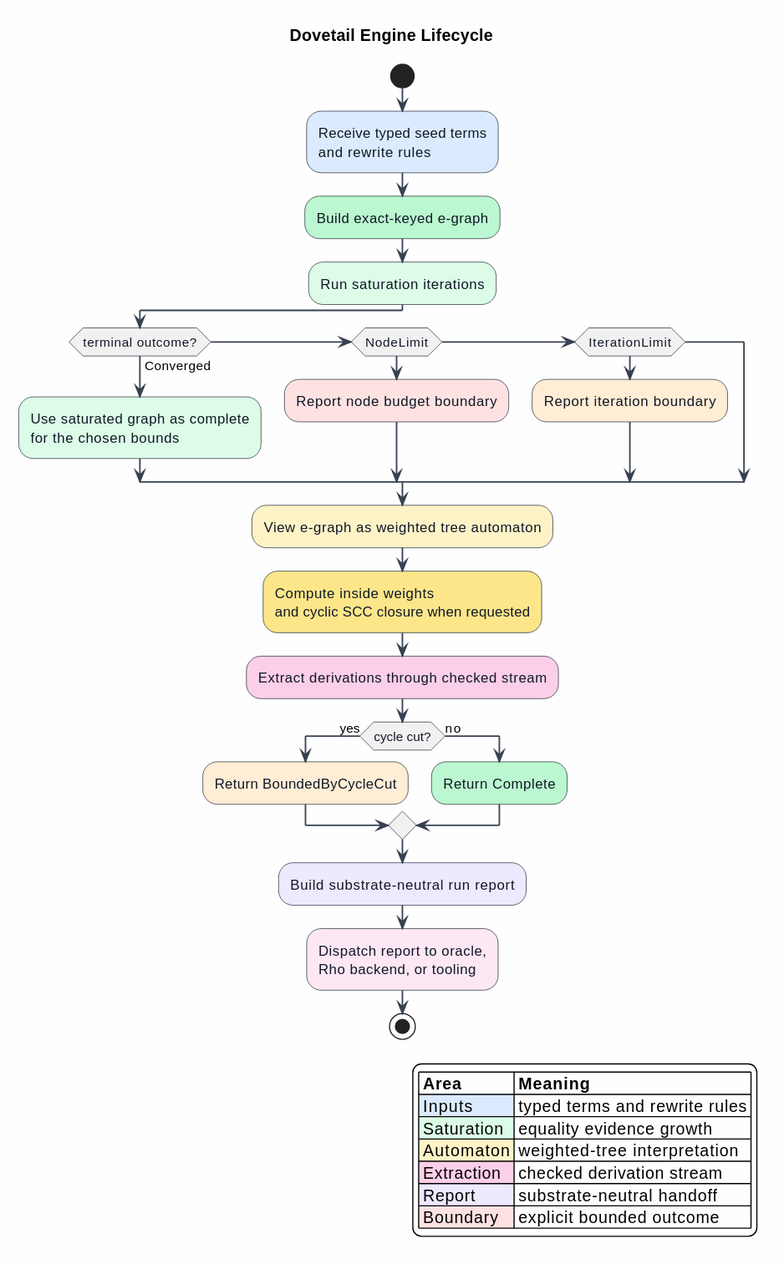
The PlantUML diagram docs/architecture/dovetail/figures/02-engine-lifecycle.svg in F1R3FLY-io/mettail-rust, before a commit.
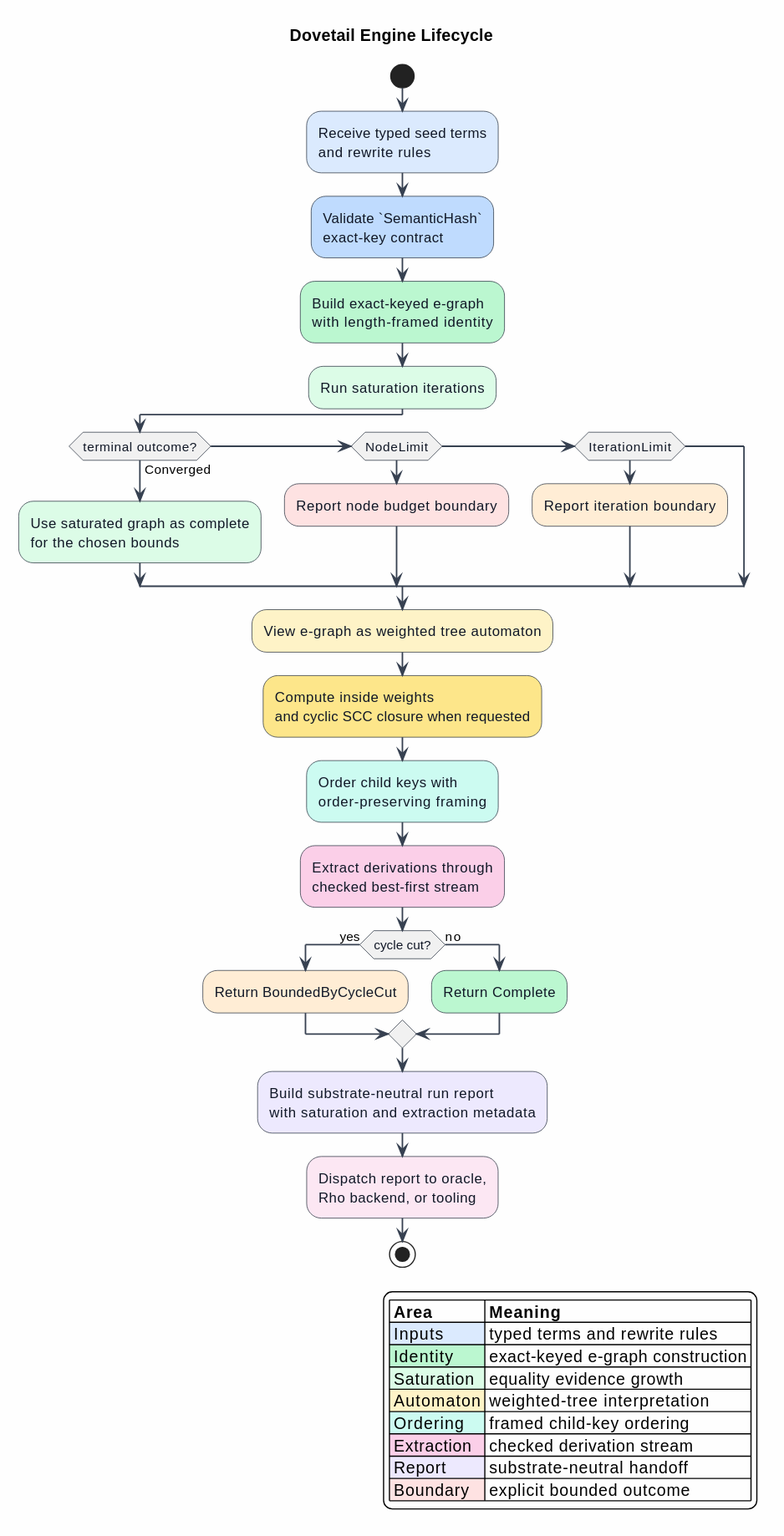
After the change.

What changed in the source:
```diff
@@ -12,7 +12,8 @@
 
 start
 :Receive typed seed terms\nand rewrite rules; <<#DBEAFE>>
-:Build exact-keyed e-graph; <<#BBF7D0>>
+:Validate `SemanticHash`\nexact-key contract; <<#BFDBFE>>
+:Build exact-keyed e-graph\nwith length-framed identity; <<#BBF7D0>>
 :Run saturation iterations; <<#DCFCE7>>
 if (terminal outcome?) then (Converged)
   :Use saturated graph as complete\nfor the chosen bounds; <<#DCFCE7>>
@@ -23,21 +24,24 @@
 endif
 :View e-graph as weighted tree automaton; <<#FEF3C7>>
 :Compute inside weights\nand cyclic SCC closure when requested; <<#FDE68A>>
-:Extract derivations through checked stream; <<#FBCFE8>>
+:Order child keys with\norder-preserving framing; <<#CCFBF1>>
+:Extract derivations through\nchecked best-first stream; <<#FBCFE8>>
 if (cycle cut?) then (yes)
   :Return BoundedByCycleCut; <<#FFEDD5>>
 else (no)
   :Return Complete; <<#BBF7D0>>
 endif
-:Build substrate-neutral run report; <<#EDE9FE>>
+:Build substrate-neutral run report\nwith saturation and extraction metadata; <<#EDE9FE>>
 :Dispatch report to oracle,\nRho backend, or tooling; <<#FCE7F3>>
 stop
 
 legend right
 |= Area |= Meaning |
 |<#DBEAFE> Inputs | typed terms and rewrite rules |
+|<#BBF7D0> Identity | exact-keyed e-graph construction |
 |<#DCFCE7> Saturation | equality evidence growth |
 |<#FEF3C7> Automaton | weighted-tree interpretation |
+|<#CCFBF1> Ordering | framed child-key ordering |
 |<#FBCFE8> Extraction | checked derivation stream |
 |<#EDE9FE> Report | substrate-neutral handoff |
 |<#FEE2E2> Boundary | explicit bounded outcome |
```
